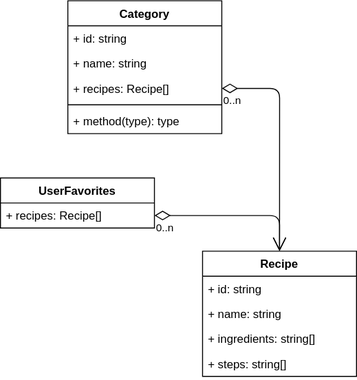
The draw.io diagram assignment02/docs/diagram.drawio.svg in thedatasnok/idata2503-assignments, before a commit. Source tidied: cells renumbered, new cells last; positions are measured from the earlier drawing's top-left corner, leaving out a move shared by most shapes. The source it was exported from:
```xml
<mxGraphModel>
  <root>
    <mxCell id="0" />
    <mxCell id="1" parent="0" />
    <mxCell id="2" value="Recipe" style="swimlane;fontStyle=1;align=center;verticalAlign=top;horizontal=1;startSize=26;" parent="1" vertex="1">
      <mxGeometry x="210" y="260" width="160" height="130" as="geometry" />
    </mxCell>
    <mxCell id="3" value="+ id: string" style="text;strokeColor=none;fillColor=none;align=left;verticalAlign=top;spacingLeft=4;spacingRight=4;overflow=hidden;" parent="2" vertex="1">
      <mxGeometry y="26" width="160" height="26" as="geometry" />
    </mxCell>
    <mxCell id="4" value="+ name: string" style="text;strokeColor=none;fillColor=none;align=left;verticalAlign=top;spacingLeft=4;spacingRight=4;overflow=hidden;" parent="2" vertex="1">
      <mxGeometry y="52" width="160" height="26" as="geometry" />
    </mxCell>
    <mxCell id="5" value="+ ingredients: string[]" style="text;strokeColor=none;fillColor=none;align=left;verticalAlign=top;spacingLeft=4;spacingRight=4;overflow=hidden;" parent="2" vertex="1">
      <mxGeometry y="78" width="160" height="26" as="geometry" />
    </mxCell>
    <mxCell id="6" value="+ steps: string[]" style="text;strokeColor=none;fillColor=none;align=left;verticalAlign=top;spacingLeft=4;spacingRight=4;overflow=hidden;" parent="2" vertex="1">
      <mxGeometry y="104" width="160" height="26" as="geometry" />
    </mxCell>
    <mxCell id="7" value="Category" style="swimlane;fontStyle=1;align=center;verticalAlign=top;horizontal=1;startSize=26;" parent="1" vertex="1">
      <mxGeometry x="70" width="160" height="138" as="geometry" />
    </mxCell>
    <mxCell id="8" value="+ id: string" style="text;strokeColor=none;fillColor=none;align=left;verticalAlign=top;spacingLeft=4;spacingRight=4;overflow=hidden;" parent="7" vertex="1">
      <mxGeometry y="26" width="160" height="26" as="geometry" />
    </mxCell>
    <mxCell id="9" value="+ name: string" style="text;strokeColor=none;fillColor=none;align=left;verticalAlign=top;spacingLeft=4;spacingRight=4;overflow=hidden;" parent="7" vertex="1">
      <mxGeometry y="52" width="160" height="26" as="geometry" />
    </mxCell>
    <mxCell id="10" value="+ recipes: Recipe[]" style="text;strokeColor=none;fillColor=none;align=left;verticalAlign=top;spacingLeft=4;spacingRight=4;overflow=hidden;points=[[0,0.5],[1,0.5]];portConstraint=eastwest;" parent="7" vertex="1">
      <mxGeometry y="78" width="160" height="26" as="geometry" />
    </mxCell>
    <mxCell id="11" style="line;strokeWidth=1;fillColor=none;align=left;verticalAlign=middle;spacingTop=-1;spacingLeft=3;spacingRight=3;labelPosition=right;strokeColor=inherit;" parent="7" vertex="1">
      <mxGeometry y="104" width="160" height="8" as="geometry" />
    </mxCell>
    <mxCell id="12" value="+ method(type): type" style="text;strokeColor=none;fillColor=none;align=left;verticalAlign=top;spacingLeft=4;spacingRight=4;overflow=hidden;" parent="7" vertex="1">
      <mxGeometry y="112" width="160" height="26" as="geometry" />
    </mxCell>
    <mxCell id="13" value="UserFavorites" style="swimlane;fontStyle=1;align=center;verticalAlign=top;horizontal=1;startSize=26;" parent="1" vertex="1">
      <mxGeometry y="184" width="160" height="52" as="geometry" />
    </mxCell>
    <mxCell id="14" value="+ recipes: Recipe[]" style="text;strokeColor=none;fillColor=none;align=left;verticalAlign=top;spacingLeft=4;spacingRight=4;overflow=hidden;points=[[0,0.5],[1,0.5]];portConstraint=eastwest;" parent="13" vertex="1">
      <mxGeometry y="26" width="160" height="26" as="geometry" />
    </mxCell>
    <mxCell id="15" style="endArrow=open;html=1;endSize=12;startArrow=diamondThin;startSize=14;startFill=0;edgeStyle=orthogonalEdgeStyle;exitX=1;exitY=0.5;exitDx=0;exitDy=0;entryX=0.5;entryY=0;entryDx=0;entryDy=0;" parent="1" edge="1" source="14" target="2">
      <mxGeometry relative="1" as="geometry" />
    </mxCell>
    <mxCell id="16" value="0..n" style="edgeLabel;html=1;align=left;verticalAlign=top;" parent="15" vertex="1">
      <mxGeometry x="-1" relative="1" as="geometry" />
    </mxCell>
    <mxCell id="17" style="endArrow=open;html=1;endSize=12;startArrow=diamondThin;startSize=14;startFill=0;edgeStyle=orthogonalEdgeStyle;exitX=1;exitY=0.5;exitDx=0;exitDy=0;" parent="1" edge="1" source="10">
      <mxGeometry relative="1" as="geometry">
        <mxPoint x="290" y="260" as="targetPoint" />
      </mxGeometry>
    </mxCell>
    <mxCell id="18" value="0..n" style="edgeLabel;html=1;align=left;verticalAlign=top;" parent="17" vertex="1">
      <mxGeometry x="-1" relative="1" as="geometry" />
    </mxCell>
  </root>
</mxGraphModel>
```
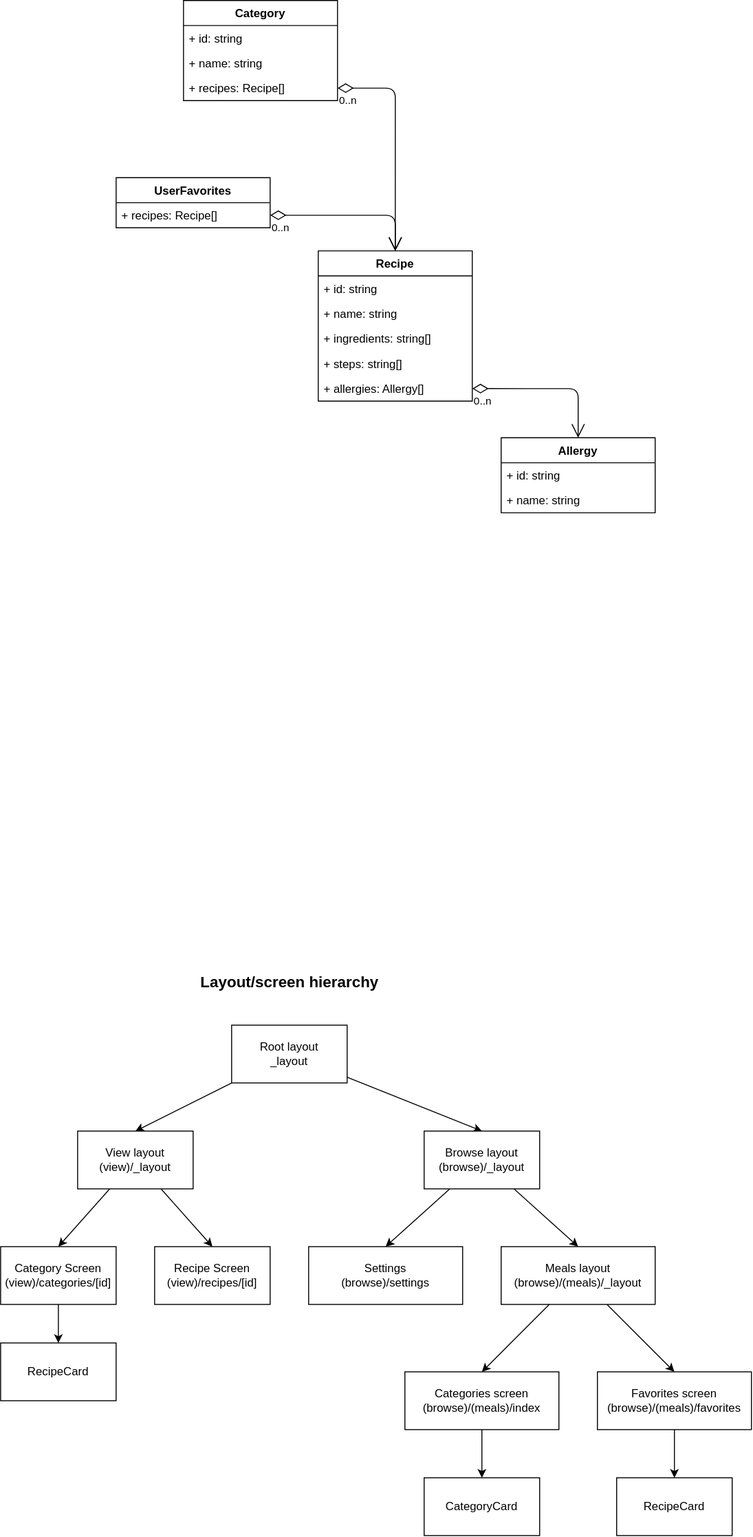
After the change.

Commit message:
docs: update diagram for assignment 2

What changed in the source:
```diff
@@ -3,7 +3,7 @@
     <mxCell id="0" />
     <mxCell id="1" parent="0" />
     <mxCell id="2" value="Recipe" style="swimlane;fontStyle=1;align=center;verticalAlign=top;horizontal=1;startSize=26;" parent="1" vertex="1">
-      <mxGeometry x="210" y="260" width="160" height="130" as="geometry" />
+      <mxGeometry x="210" y="260" width="160" height="156" as="geometry" />
     </mxCell>
     <mxCell id="3" value="+ id: string" style="text;strokeColor=none;fillColor=none;align=left;verticalAlign=top;spacingLeft=4;spacingRight=4;overflow=hidden;" parent="2" vertex="1">
       <mxGeometry y="26" width="160" height="26" as="geometry" />
@@ -17,8 +17,11 @@
     <mxCell id="6" value="+ steps: string[]" style="text;strokeColor=none;fillColor=none;align=left;verticalAlign=top;spacingLeft=4;spacingRight=4;overflow=hidden;" parent="2" vertex="1">
       <mxGeometry y="104" width="160" height="26" as="geometry" />
     </mxCell>
+    <mxCell id="19" value="+ allergies: Allergy[]" style="text;strokeColor=none;fillColor=none;align=left;verticalAlign=top;spacingLeft=4;spacingRight=4;overflow=hidden;points=[[0,0.5],[1,0.5]];portConstraint=eastwest;" parent="2" vertex="1">
+      <mxGeometry y="130" width="160" height="26" as="geometry" />
+    </mxCell>
     <mxCell id="7" value="Category" style="swimlane;fontStyle=1;align=center;verticalAlign=top;horizontal=1;startSize=26;" parent="1" vertex="1">
-      <mxGeometry x="70" width="160" height="138" as="geometry" />
+      <mxGeometry x="70" width="160" height="104" as="geometry" />
     </mxCell>
     <mxCell id="8" value="+ id: string" style="text;strokeColor=none;fillColor=none;align=left;verticalAlign=top;spacingLeft=4;spacingRight=4;overflow=hidden;" parent="7" vertex="1">
       <mxGeometry y="26" width="160" height="26" as="geometry" />
@@ -29,12 +32,6 @@
     <mxCell id="10" value="+ recipes: Recipe[]" style="text;strokeColor=none;fillColor=none;align=left;verticalAlign=top;spacingLeft=4;spacingRight=4;overflow=hidden;points=[[0,0.5],[1,0.5]];portConstraint=eastwest;" parent="7" vertex="1">
       <mxGeometry y="78" width="160" height="26" as="geometry" />
     </mxCell>
-    <mxCell id="11" style="line;strokeWidth=1;fillColor=none;align=left;verticalAlign=middle;spacingTop=-1;spacingLeft=3;spacingRight=3;labelPosition=right;strokeColor=inherit;" parent="7" vertex="1">
-      <mxGeometry y="104" width="160" height="8" as="geometry" />
-    </mxCell>
-    <mxCell id="12" value="+ method(type): type" style="text;strokeColor=none;fillColor=none;align=left;verticalAlign=top;spacingLeft=4;spacingRight=4;overflow=hidden;" parent="7" vertex="1">
-      <mxGeometry y="112" width="160" height="26" as="geometry" />
-    </mxCell>
     <mxCell id="13" value="UserFavorites" style="swimlane;fontStyle=1;align=center;verticalAlign=top;horizontal=1;startSize=26;" parent="1" vertex="1">
       <mxGeometry y="184" width="160" height="52" as="geometry" />
     </mxCell>
@@ -55,5 +52,92 @@
     <mxCell id="18" value="0..n" style="edgeLabel;html=1;align=left;verticalAlign=top;" parent="17" vertex="1">
       <mxGeometry x="-1" relative="1" as="geometry" />
     </mxCell>
+    <mxCell id="20" style="edgeStyle=none;html=1;entryX=0.5;entryY=0;entryDx=0;entryDy=0;" parent="1" edge="1" source="22" target="28">
+      <mxGeometry relative="1" as="geometry" />
+    </mxCell>
+    <mxCell id="21" style="edgeStyle=none;html=1;entryX=0.5;entryY=0;entryDx=0;entryDy=0;" parent="1" edge="1" source="22" target="25">
+      <mxGeometry relative="1" as="geometry" />
+    </mxCell>
+    <mxCell id="22" value="Root layout&lt;br&gt;_layout" style="rounded=0;whiteSpace=wrap;html=1;" parent="1" vertex="1">
+      <mxGeometry x="120" y="1064" width="120" height="60" as="geometry" />
+    </mxCell>
+    <mxCell id="23" style="edgeStyle=none;html=1;entryX=0.5;entryY=0;entryDx=0;entryDy=0;" parent="1" edge="1" source="25" target="35">
+      <mxGeometry relative="1" as="geometry" />
+    </mxCell>
+    <mxCell id="24" style="edgeStyle=none;html=1;entryX=0.5;entryY=0;entryDx=0;entryDy=0;" parent="1" edge="1" source="25" target="34">
+      <mxGeometry relative="1" as="geometry" />
+    </mxCell>
+    <mxCell id="25" value="View layout&lt;br&gt;(view)/_layout" style="rounded=0;whiteSpace=wrap;html=1;" parent="1" vertex="1">
+      <mxGeometry x="-40" y="1174" width="120" height="60" as="geometry" />
+    </mxCell>
+    <mxCell id="26" style="edgeStyle=none;html=1;entryX=0.5;entryY=0;entryDx=0;entryDy=0;" parent="1" edge="1" source="28" target="29">
+      <mxGeometry relative="1" as="geometry" />
+    </mxCell>
+    <mxCell id="27" style="edgeStyle=none;html=1;entryX=0.5;entryY=0;entryDx=0;entryDy=0;" parent="1" edge="1" source="28" target="32">
+      <mxGeometry relative="1" as="geometry" />
+    </mxCell>
+    <mxCell id="28" value="Browse layout&lt;br&gt;(browse)/_layout" style="rounded=0;whiteSpace=wrap;html=1;" parent="1" vertex="1">
+      <mxGeometry x="320" y="1174" width="120" height="60" as="geometry" />
+    </mxCell>
+    <mxCell id="29" value="Settings&lt;br&gt;(browse)/settings" style="rounded=0;whiteSpace=wrap;html=1;" parent="1" vertex="1">
+      <mxGeometry x="200" y="1294" width="160" height="60" as="geometry" />
+    </mxCell>
+    <mxCell id="30" style="edgeStyle=none;html=1;entryX=0.5;entryY=0;entryDx=0;entryDy=0;" parent="1" edge="1" source="32" target="37">
+      <mxGeometry relative="1" as="geometry" />
+    </mxCell>
+    <mxCell id="31" style="edgeStyle=none;html=1;entryX=0.5;entryY=0;entryDx=0;entryDy=0;" parent="1" edge="1" source="32" target="39">
+      <mxGeometry relative="1" as="geometry" />
+    </mxCell>
+    <mxCell id="32" value="Meals layout&lt;br&gt;(browse)/(meals)/_layout" style="rounded=0;whiteSpace=wrap;html=1;" parent="1" vertex="1">
+      <mxGeometry x="400" y="1294" width="160" height="60" as="geometry" />
+    </mxCell>
+    <mxCell id="33" style="edgeStyle=none;html=1;fontSize=12;" parent="1" edge="1" source="34" target="48">
+      <mxGeometry relative="1" as="geometry" />
+    </mxCell>
+    <mxCell id="34" value="Category Screen&lt;br&gt;(view)/categories/[id]" style="rounded=0;whiteSpace=wrap;html=1;" parent="1" vertex="1">
+      <mxGeometry x="-120" y="1294" width="120" height="60" as="geometry" />
+    </mxCell>
+    <mxCell id="35" value="Recipe Screen&lt;br&gt;(view)/recipes/[id]" style="rounded=0;whiteSpace=wrap;html=1;" parent="1" vertex="1">
+      <mxGeometry x="40" y="1294" width="120" height="60" as="geometry" />
+    </mxCell>
+    <mxCell id="36" style="edgeStyle=none;html=1;entryX=0.5;entryY=0;entryDx=0;entryDy=0;fontSize=12;" parent="1" edge="1" source="37" target="46">
+      <mxGeometry relative="1" as="geometry" />
+    </mxCell>
+    <mxCell id="37" value="Categories screen&lt;br&gt;(browse)/(meals)/index" style="rounded=0;whiteSpace=wrap;html=1;" parent="1" vertex="1">
+      <mxGeometry x="300" y="1424" width="160" height="60" as="geometry" />
+    </mxCell>
+    <mxCell id="38" style="edgeStyle=none;html=1;entryX=0.5;entryY=0;entryDx=0;entryDy=0;fontSize=12;" parent="1" edge="1" source="39" target="47">
+      <mxGeometry relative="1" as="geometry" />
+    </mxCell>
+    <mxCell id="39" value="Favorites screen&lt;br&gt;(browse)/(meals)/favorites" style="rounded=0;whiteSpace=wrap;html=1;" parent="1" vertex="1">
+      <mxGeometry x="500" y="1424" width="160" height="60" as="geometry" />
+    </mxCell>
+    <mxCell id="40" value="Allergy" style="swimlane;fontStyle=1;align=center;verticalAlign=top;horizontal=1;startSize=26;" parent="1" vertex="1">
+      <mxGeometry x="400" y="454" width="160" height="78" as="geometry" />
+    </mxCell>
+    <mxCell id="41" value="+ id: string" style="text;strokeColor=none;fillColor=none;align=left;verticalAlign=top;spacingLeft=4;spacingRight=4;overflow=hidden;" parent="40" vertex="1">
+      <mxGeometry y="26" width="160" height="26" as="geometry" />
+    </mxCell>
+    <mxCell id="42" value="+ name: string" style="text;strokeColor=none;fillColor=none;align=left;verticalAlign=top;spacingLeft=4;spacingRight=4;overflow=hidden;" parent="40" vertex="1">
+      <mxGeometry y="52" width="160" height="26" as="geometry" />
+    </mxCell>
+    <mxCell id="43" style="endArrow=open;html=1;endSize=12;startArrow=diamondThin;startSize=14;startFill=0;edgeStyle=orthogonalEdgeStyle;exitX=1;exitY=0.5;exitDx=0;exitDy=0;entryX=0.5;entryY=0;entryDx=0;entryDy=0;" parent="1" edge="1" source="19" target="40">
+      <mxGeometry relative="1" as="geometry" />
+    </mxCell>
+    <mxCell id="44" value="0..n" style="edgeLabel;html=1;align=left;verticalAlign=top;" parent="43" vertex="1">
+      <mxGeometry x="-1" relative="1" as="geometry" />
+    </mxCell>
+    <mxCell id="45" value="Layout/screen hierarchy" style="text;html=1;strokeColor=none;fillColor=none;align=center;verticalAlign=middle;whiteSpace=wrap;rounded=0;fontSize=16;fontStyle=1;" parent="1" vertex="1">
+      <mxGeometry x="82.5" y="1004" width="195" height="30" as="geometry" />
+    </mxCell>
+    <mxCell id="46" value="CategoryCard" style="rounded=0;whiteSpace=wrap;html=1;fontSize=12;" parent="1" vertex="1">
+      <mxGeometry x="320" y="1534" width="120" height="60" as="geometry" />
+    </mxCell>
+    <mxCell id="47" value="RecipeCard" style="rounded=0;whiteSpace=wrap;html=1;fontSize=12;" parent="1" vertex="1">
+      <mxGeometry x="520" y="1534" width="120" height="60" as="geometry" />
+    </mxCell>
+    <mxCell id="48" value="RecipeCard" style="rounded=0;whiteSpace=wrap;html=1;fontSize=12;" parent="1" vertex="1">
+      <mxGeometry x="-120" y="1394" width="120" height="60" as="geometry" />
+    </mxCell>
   </root>
 </mxGraphModel>
```
